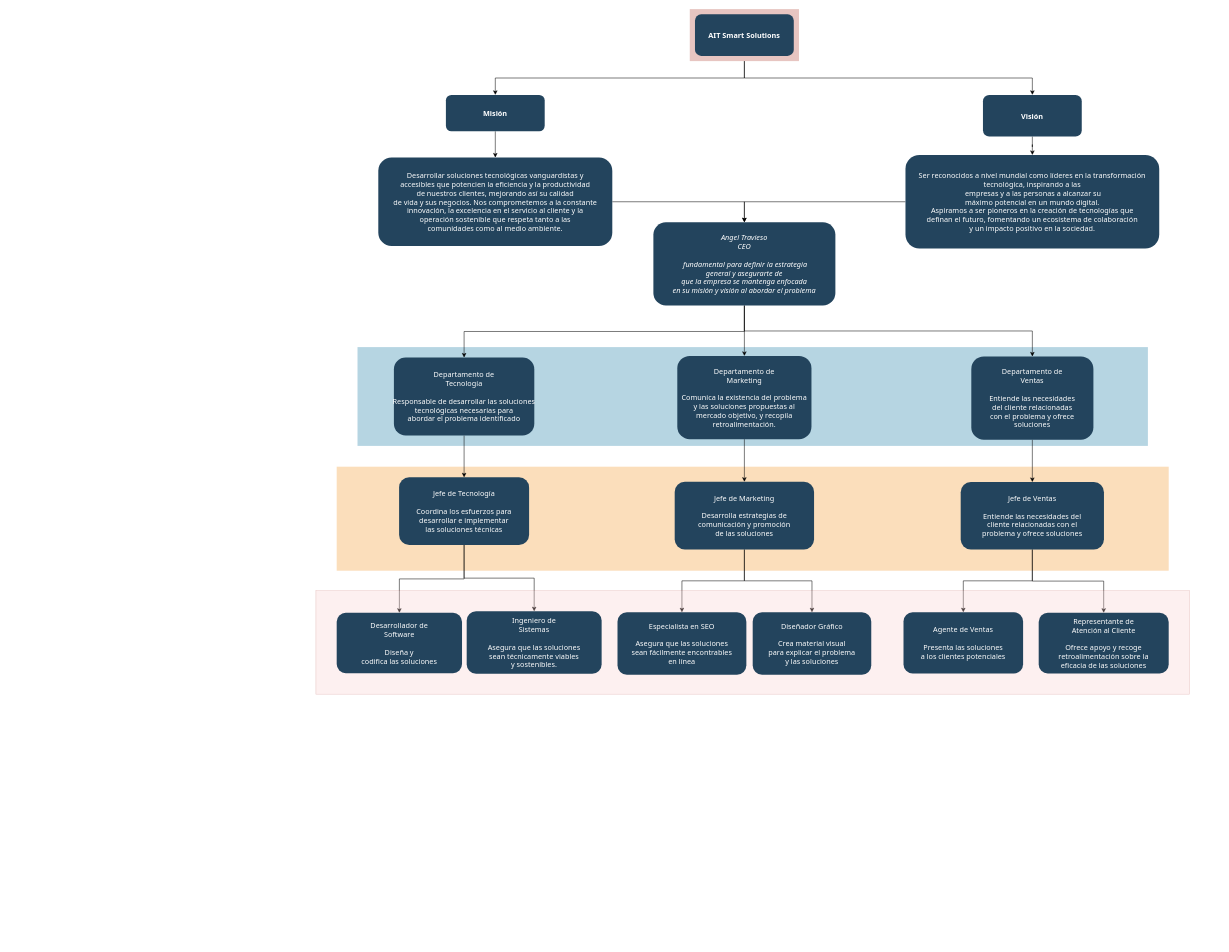
This is Diagrama sin título.drawio from AngelTravieso/06-cinemapedia, a draw.io file, before an edit. Source tidied: cells renumbered, new cells numbered last; positions are measured from the earlier drawing's top-left corner, leaving out a move shared by most shapes. Both pictures are drawn from the tidied source at 52%, with x=0, y=0 at pixel (316, 9).
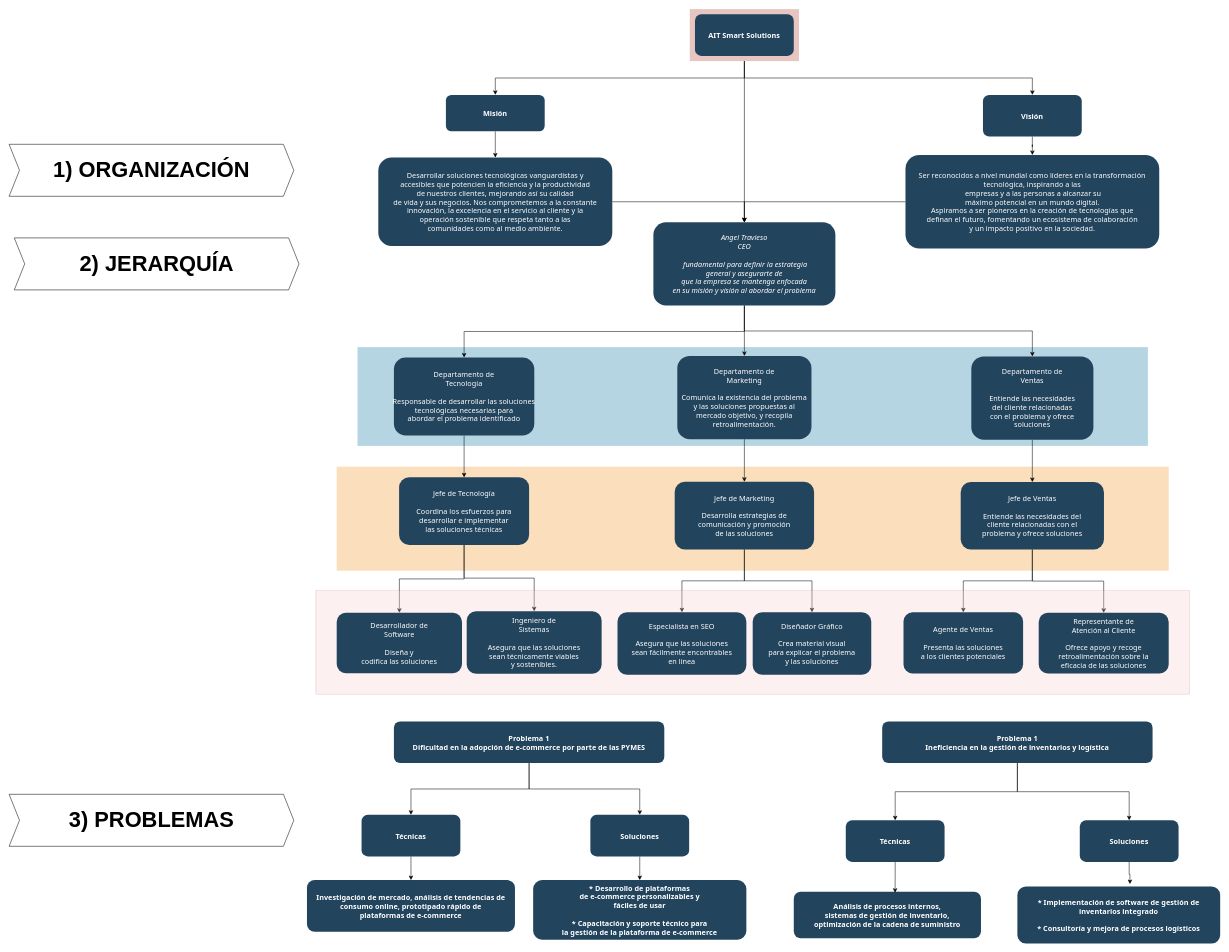
The same page after the edit.

Commit message:
Organización y Métodos

The change refers to these unchanged cells:
```xml
<mxCell id="4" style="fillColor=#AE4132;strokeColor=none;opacity=30;" parent="1" vertex="1">
  <mxGeometry x="719" width="210" height="100" as="geometry" />
</mxCell>
<mxCell id="21" value="Angel Travieso&#10;CEO&#10;&#10; fundamental para definir la estrategia &#10;general y asegurarte de &#10;que la empresa se mantenga enfocada &#10;en su misión y visión al abordar el problema" style="rounded=1;fillColor=#23445D;gradientColor=none;strokeColor=none;fontColor=#FFFFFF;fontStyle=2;fontFamily=Tahoma;fontSize=14;" parent="1" vertex="1">
  <mxGeometry x="649" y="410" width="350" height="160" as="geometry" />
</mxCell>
```

Diff of the diagram source:
```diff
@@
+    <mxCell id="42" style="edgeStyle=orthogonalEdgeStyle;rounded=0;jettySize=auto;html=1;exitX=0.5;exitY=1;exitDx=0;exitDy=0;entryX=0.5;entryY=0;entryDx=0;entryDy=0;" parent="1" edge="1" source="4" target="21">
+      <mxGeometry relative="1" as="geometry" />
+    </mxCell>
@@
+    <mxCell id="43" style="edgeStyle=orthogonalEdgeStyle;rounded=0;jettySize=auto;html=1;exitX=0.5;exitY=1;exitDx=0;exitDy=0;" parent="1" edge="1" source="45" target="47">
+      <mxGeometry relative="1" as="geometry" />
+    </mxCell>
+    <mxCell id="44" style="edgeStyle=orthogonalEdgeStyle;rounded=0;jettySize=auto;html=1;exitX=0.5;exitY=1;exitDx=0;exitDy=0;" parent="1" edge="1" source="45" target="49">
+      <mxGeometry relative="1" as="geometry" />
+    </mxCell>
+    <mxCell id="45" value="Problema 1&#10;Dificultad en la adopción de e-commerce por parte de las PYMES" style="rounded=1;fillColor=#23445D;gradientColor=none;strokeColor=none;fontColor=#FFFFFF;fontStyle=1;fontFamily=Tahoma;fontSize=14;" parent="1" vertex="1">
+      <mxGeometry x="150" y="1370" width="520" height="80" as="geometry" />
+    </mxCell>
+    <mxCell id="46" style="edgeStyle=orthogonalEdgeStyle;rounded=0;jettySize=auto;html=1;exitX=0.5;exitY=1;exitDx=0;exitDy=0;entryX=0.5;entryY=0;entryDx=0;entryDy=0;" parent="1" edge="1" source="47" target="51">
+      <mxGeometry relative="1" as="geometry" />
+    </mxCell>
+    <mxCell id="47" value="Técnicas" style="rounded=1;fillColor=#23445D;gradientColor=none;strokeColor=none;fontColor=#FFFFFF;fontStyle=1;fontFamily=Tahoma;fontSize=14;" parent="1" vertex="1">
+      <mxGeometry x="87.8" y="1549.5" width="190" height="80" as="geometry" />
+    </mxCell>
+    <mxCell id="48" style="edgeStyle=orthogonalEdgeStyle;rounded=0;jettySize=auto;html=1;exitX=0.5;exitY=1;exitDx=0;exitDy=0;entryX=0.5;entryY=0;entryDx=0;entryDy=0;" parent="1" edge="1" source="49" target="50">
+      <mxGeometry relative="1" as="geometry" />
+    </mxCell>
+    <mxCell id="49" value="Soluciones" style="rounded=1;fillColor=#23445D;gradientColor=none;strokeColor=none;fontColor=#FFFFFF;fontStyle=1;fontFamily=Tahoma;fontSize=14;" parent="1" vertex="1">
+      <mxGeometry x="527.8" y="1549.5" width="190" height="80" as="geometry" />
+    </mxCell>
+    <mxCell id="50" value="* Desarrollo de plataformas&#10;de e-commerce personalizables y&#10;fáciles de usar&#10;&#10;* Capacitación y soporte técnico para &#10;la gestión de la plataforma de e-commerce" style="rounded=1;fillColor=#23445D;gradientColor=none;strokeColor=none;fontColor=#FFFFFF;fontStyle=1;fontFamily=Tahoma;fontSize=14;" parent="1" vertex="1">
+      <mxGeometry x="417.8" y="1675" width="410" height="114.5" as="geometry" />
+    </mxCell>
+    <mxCell id="51" value="Investigación de mercado, análisis de tendencias de&#10;consumo online, prototipado rápido de&#10;plataformas de e-commerce" style="rounded=1;fillColor=#23445D;gradientColor=none;strokeColor=none;fontColor=#FFFFFF;fontStyle=1;fontFamily=Tahoma;fontSize=14;" parent="1" vertex="1">
+      <mxGeometry x="-17.2" y="1675" width="400" height="99.5" as="geometry" />
+    </mxCell>
+    <mxCell id="52" style="edgeStyle=orthogonalEdgeStyle;rounded=0;jettySize=auto;html=1;exitX=0.5;exitY=1;exitDx=0;exitDy=0;entryX=0.5;entryY=0;entryDx=0;entryDy=0;" parent="1" edge="1" source="54" target="55">
+      <mxGeometry relative="1" as="geometry" />
+    </mxCell>
+    <mxCell id="53" style="edgeStyle=orthogonalEdgeStyle;rounded=0;jettySize=auto;html=1;exitX=0.5;exitY=1;exitDx=0;exitDy=0;entryX=0.5;entryY=0;entryDx=0;entryDy=0;" parent="1" edge="1" source="54" target="56">
+      <mxGeometry relative="1" as="geometry" />
+    </mxCell>
+    <mxCell id="54" value="Problema 1&#10;Ineficiencia en la gestión de inventarios y logística" style="rounded=1;fillColor=#23445D;gradientColor=none;strokeColor=none;fontColor=#FFFFFF;fontStyle=1;fontFamily=Tahoma;fontSize=14;" parent="1" vertex="1">
+      <mxGeometry x="1089" y="1370" width="520" height="80" as="geometry" />
+    </mxCell>
+    <mxCell id="55" value="Técnicas" style="rounded=1;fillColor=#23445D;gradientColor=none;strokeColor=none;fontColor=#FFFFFF;fontStyle=1;fontFamily=Tahoma;fontSize=14;" parent="1" vertex="1">
+      <mxGeometry x="1019" y="1560" width="190" height="80" as="geometry" />
+    </mxCell>
+    <mxCell id="56" value="Soluciones" style="rounded=1;fillColor=#23445D;gradientColor=none;strokeColor=none;fontColor=#FFFFFF;fontStyle=1;fontFamily=Tahoma;fontSize=14;" parent="1" vertex="1">
+      <mxGeometry x="1469" y="1560" width="190" height="80" as="geometry" />
+    </mxCell>
+    <mxCell id="57" value="* Implementación de software de gestión de&#10;inventarios integrado&#10;&#10;* Consultoría y mejora de procesos logísticos" style="rounded=1;fillColor=#23445D;gradientColor=none;strokeColor=none;fontColor=#FFFFFF;fontStyle=1;fontFamily=Tahoma;fontSize=14;" parent="1" vertex="1">
+      <mxGeometry x="1349" y="1687.5" width="390" height="109.5" as="geometry" />
+    </mxCell>
+    <mxCell id="58" value="Análisis de procesos internos,&#10;sistemas de gestión de inventario,&#10;optimización de la cadena de suministro" style="rounded=1;fillColor=#23445D;gradientColor=none;strokeColor=none;fontColor=#FFFFFF;fontStyle=1;fontFamily=Tahoma;fontSize=14;" parent="1" vertex="1">
+      <mxGeometry x="919" y="1697.5" width="360" height="89.5" as="geometry" />
+    </mxCell>
+    <mxCell id="59" style="edgeStyle=orthogonalEdgeStyle;rounded=0;jettySize=auto;html=1;exitX=0.5;exitY=1;exitDx=0;exitDy=0;entryX=0.541;entryY=0.02;entryDx=0;entryDy=0;entryPerimeter=0;" parent="1" edge="1" source="55" target="58">
+      <mxGeometry relative="1" as="geometry" />
+    </mxCell>
+    <mxCell id="60" style="edgeStyle=orthogonalEdgeStyle;rounded=0;jettySize=auto;html=1;exitX=0.5;exitY=1;exitDx=0;exitDy=0;entryX=0.555;entryY=-0.044;entryDx=0;entryDy=0;entryPerimeter=0;" parent="1" edge="1" source="56" target="57">
+      <mxGeometry relative="1" as="geometry" />
+    </mxCell>
+    <mxCell id="61" value="&lt;b&gt;&lt;font style=&quot;font-size: 42px;&quot;&gt;2) JERARQUÍA&lt;/font&gt;&lt;/b&gt;" style="shape=step;perimeter=stepPerimeter;whiteSpace=wrap;html=1;fixedSize=1;" parent="1" vertex="1">
+      <mxGeometry x="-580" y="440" width="547.5" height="100" as="geometry" />
+    </mxCell>
+    <mxCell id="62" value="&lt;b&gt;&lt;font style=&quot;font-size: 42px;&quot;&gt;1) ORGANIZACIÓN&lt;/font&gt;&lt;/b&gt;" style="shape=step;perimeter=stepPerimeter;whiteSpace=wrap;html=1;fixedSize=1;" parent="1" vertex="1">
+      <mxGeometry x="-590" y="260" width="547.5" height="100" as="geometry" />
+    </mxCell>
+    <mxCell id="63" value="&lt;b&gt;&lt;font style=&quot;font-size: 42px;&quot;&gt;3) PROBLEMAS&lt;/font&gt;&lt;/b&gt;" style="shape=step;perimeter=stepPerimeter;whiteSpace=wrap;html=1;fixedSize=1;" parent="1" vertex="1">
+      <mxGeometry x="-590" y="1510" width="547.5" height="100" as="geometry" />
+    </mxCell>
```
